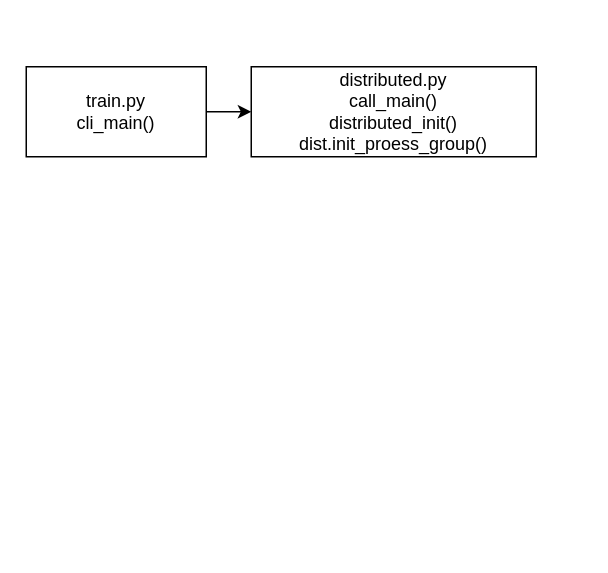
Earlier version of the draw.io diagram torch_xla.drawio (lixin-sxty/for_uml). Source tidied: cells renumbered, new cells numbered last; positions are measured from the earlier drawing's top-left corner, leaving out a move shared by most shapes. Both pictures are drawn from the tidied source at 150%, with x=0, y=0 at pixel (26, 66).
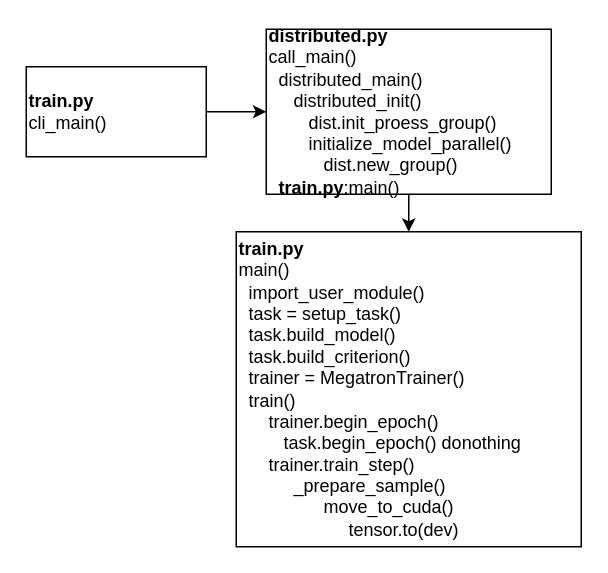
Above is the later version.

The edit, as a diff of the source:
```diff
@@
 <mxGraphModel>
   <root>
     <mxCell id="0" />
     <mxCell id="1" parent="0" />
     <mxCell id="2" style="edgeStyle=orthogonalEdgeStyle;rounded=0;jettySize=auto;html=1;exitX=1;exitY=0.5;exitDx=0;exitDy=0;entryX=0;entryY=0.5;entryDx=0;entryDy=0;" parent="1" edge="1" source="3" target="4">
       <mxGeometry relative="1" as="geometry" />
     </mxCell>
-    <mxCell id="3" value="train.py&lt;br&gt;cli_main()" style="rounded=0;whiteSpace=wrap;html=1;" parent="1" vertex="1">
+    <mxCell id="3" value="&lt;b&gt;train.py&lt;/b&gt;&lt;br&gt;cli_main()" style="rounded=0;whiteSpace=wrap;html=1;align=left;" parent="1" vertex="1">
       <mxGeometry width="120" height="60" as="geometry" />
     </mxCell>
+    <mxCell id="5" style="edgeStyle=orthogonalEdgeStyle;rounded=0;jettySize=auto;html=1;exitX=0.5;exitY=1;exitDx=0;exitDy=0;entryX=0.5;entryY=0;entryDx=0;entryDy=0;" parent="1" edge="1" source="4" target="6">
+      <mxGeometry relative="1" as="geometry" />
+    </mxCell>
-    <mxCell id="4" value="distributed.py&lt;br&gt;call_main()&lt;br&gt;distributed_init()&lt;br&gt;dist.init_proess_group()" style="rounded=0;whiteSpace=wrap;html=1;" parent="1" vertex="1">
-      <mxGeometry x="150" width="190" height="60" as="geometry" />
+    <mxCell id="4" value="&lt;b&gt;distributed.py&lt;/b&gt;&lt;br&gt;call_main()&lt;br&gt;&amp;nbsp; distributed_main()&lt;br&gt;&amp;nbsp; &amp;nbsp; &amp;nbsp;distributed_init()&lt;br&gt;&amp;nbsp; &amp;nbsp; &amp;nbsp; &amp;nbsp; dist.init_proess_group()&lt;br&gt;&amp;nbsp; &amp;nbsp; &amp;nbsp; &amp;nbsp; initialize_model_parallel()&lt;br&gt;&amp;nbsp; &amp;nbsp; &amp;nbsp; &amp;nbsp; &amp;nbsp; &amp;nbsp;dist.new_group()&lt;br&gt;&amp;nbsp; &lt;b&gt;train.py&lt;/b&gt;:main()" style="rounded=0;whiteSpace=wrap;html=1;align=left;" parent="1" vertex="1">
+      <mxGeometry x="160" y="-25" width="190" height="110" as="geometry" />
     </mxCell>
+    <mxCell id="6" value="&lt;b&gt;train.py&lt;/b&gt;&lt;br&gt;main()&lt;br&gt;&amp;nbsp; import_user_module()&lt;br&gt;&amp;nbsp; task = setup_task()&lt;br&gt;&amp;nbsp; task.build_model()&lt;br&gt;&amp;nbsp; task.build_criterion()&lt;br&gt;&amp;nbsp; trainer = MegatronTrainer()&lt;br&gt;&amp;nbsp; train()&lt;br&gt;&amp;nbsp; &amp;nbsp; &amp;nbsp; trainer.begin_epoch()&lt;br&gt;&amp;nbsp; &amp;nbsp; &amp;nbsp; &amp;nbsp; &amp;nbsp;task.begin_epoch() donothing&lt;br&gt;&amp;nbsp; &amp;nbsp; &amp;nbsp; trainer.train_step()&lt;br&gt;&amp;nbsp; &amp;nbsp; &amp;nbsp; &amp;nbsp; &amp;nbsp; &amp;nbsp;_prepare_sample()&lt;br&gt;&amp;nbsp; &amp;nbsp; &amp;nbsp; &amp;nbsp; &amp;nbsp; &amp;nbsp; &amp;nbsp; &amp;nbsp; &amp;nbsp;move_to_cuda()&lt;br&gt;&amp;nbsp; &amp;nbsp; &amp;nbsp; &amp;nbsp; &amp;nbsp; &amp;nbsp; &amp;nbsp; &amp;nbsp; &amp;nbsp; &amp;nbsp; &amp;nbsp; tensor.to(dev)" style="rounded=0;whiteSpace=wrap;html=1;align=left;" parent="1" vertex="1">
+      <mxGeometry x="140" y="110" width="230" height="210" as="geometry" />
+    </mxCell>
   </root>
 </mxGraphModel>
```
